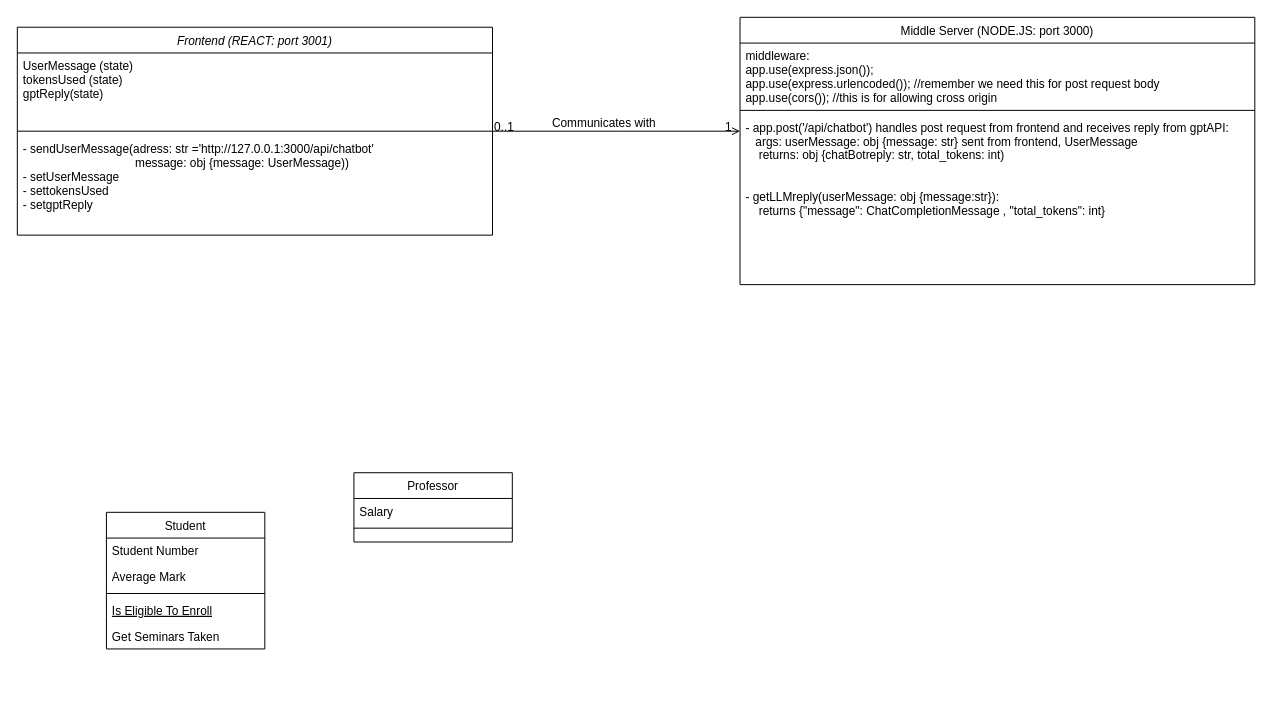
syd9191/shatGPT keeps this draw.io diagram as shatgpt.drawio. Above is the earlier version. Source tidied: cells renumbered, new cells numbered last; positions are measured from the earlier drawing's top-left corner, leaving out a move shared by most shapes. Both pictures are drawn from the tidied source at 99%, with x=0, y=0 at pixel (17, 17).
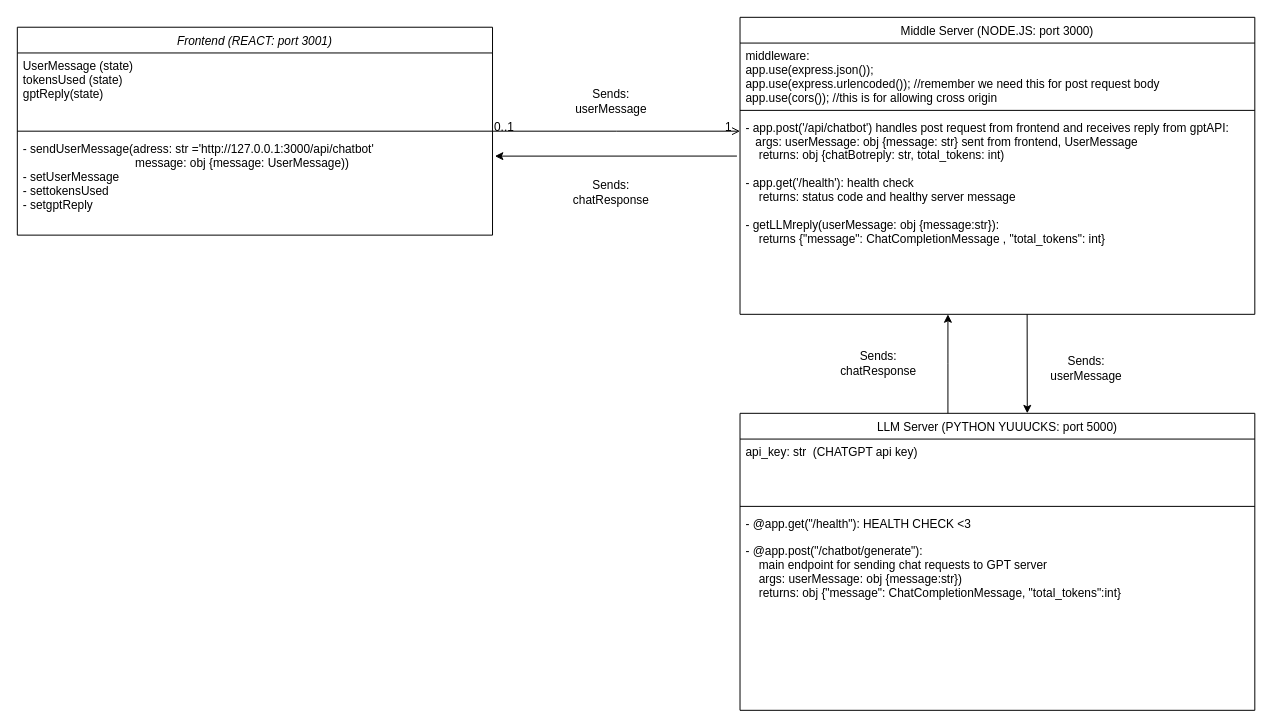
The same page after the edit.

Commit message (it also covers changes not shown here):
initial POC uml completed

The change refers to these unchanged cells:
```xml
<mxCell id="5" value="- sendUserMessage(adress: str ='http://127.0.0.1:3000/api/chatbot'    &#10;                                  message: obj {message: UserMessage))&#10;- setUserMessage&#10;- settokensUsed&#10;- setgptReply" style="text;align=left;verticalAlign=top;spacingLeft=4;spacingRight=4;overflow=hidden;points=[[0,0.5],[1,0.5]];portConstraint=eastwest;" parent="2" vertex="1">
  <mxGeometry y="110" width="480" height="100" as="geometry" />
</mxCell>
<mxCell id="19" style="endArrow=open;shadow=0;strokeWidth=1;rounded=0;curved=0;endFill=1;edgeStyle=elbowEdgeStyle;elbow=vertical;" parent="1" edge="1" source="2" target="15">
  <mxGeometry x="0.5" y="41" relative="1" as="geometry">
    <mxPoint x="-40" y="32" as="offset" />
  </mxGeometry>
</mxCell>
```

The edit, as a diff of the source:
```diff
@@
-    <mxCell id="6" value="Student" style="swimlane;fontStyle=0;align=center;verticalAlign=top;horizontal=1;startSize=26;rounded=0;shadow=0;strokeWidth=1;" parent="1" vertex="1">
-      <mxGeometry x="90" y="500" width="160" height="138" as="geometry" />
-    </mxCell>
-    <mxCell id="7" value="Student Number" style="text;align=left;verticalAlign=top;spacingLeft=4;spacingRight=4;overflow=hidden;" parent="6" vertex="1">
-      <mxGeometry y="26" width="160" height="26" as="geometry" />
-    </mxCell>
-    <mxCell id="8" value="Average Mark" style="text;align=left;verticalAlign=top;spacingLeft=4;spacingRight=4;overflow=hidden;rounded=0;shadow=0;html=0;" parent="6" vertex="1">
-      <mxGeometry y="52" width="160" height="26" as="geometry" />
-    </mxCell>
-    <mxCell id="9" style="line;html=1;strokeWidth=1;align=left;verticalAlign=middle;spacingTop=-1;spacingLeft=3;spacingRight=3;labelPosition=right;" parent="6" vertex="1">
-      <mxGeometry y="78" width="160" height="8" as="geometry" />
-    </mxCell>
-    <mxCell id="10" value="Is Eligible To Enroll" style="text;align=left;verticalAlign=top;spacingLeft=4;spacingRight=4;overflow=hidden;fontStyle=4;" parent="6" vertex="1">
-      <mxGeometry y="86" width="160" height="26" as="geometry" />
-    </mxCell>
-    <mxCell id="11" value="Get Seminars Taken" style="text;align=left;verticalAlign=top;spacingLeft=4;spacingRight=4;overflow=hidden;" parent="6" vertex="1">
-      <mxGeometry y="112" width="160" height="26" as="geometry" />
-    </mxCell>
-    <mxCell id="12" value="Professor" style="swimlane;fontStyle=0;align=center;verticalAlign=top;horizontal=1;startSize=26;rounded=0;shadow=0;strokeWidth=1;" parent="1" vertex="1">
-      <mxGeometry x="340" y="460" width="160" height="70" as="geometry" />
-    </mxCell>
-    <mxCell id="13" value="Salary" style="text;align=left;verticalAlign=top;spacingLeft=4;spacingRight=4;overflow=hidden;" parent="12" vertex="1">
-      <mxGeometry y="26" width="160" height="26" as="geometry" />
-    </mxCell>
-    <mxCell id="14" style="line;html=1;strokeWidth=1;align=left;verticalAlign=middle;spacingTop=-1;spacingLeft=3;spacingRight=3;labelPosition=right;" parent="12" vertex="1">
-      <mxGeometry y="52" width="160" height="8" as="geometry" />
-    </mxCell>
     <mxCell id="15" value="Middle Server (NODE.JS: port 3000)" style="swimlane;fontStyle=0;align=center;verticalAlign=top;horizontal=1;startSize=26;rounded=0;shadow=0;strokeWidth=1;" parent="1" vertex="1">
-      <mxGeometry x="730" width="520" height="270" as="geometry" />
+      <mxGeometry x="730" width="520" height="300" as="geometry" />
     </mxCell>
@@
-    <mxCell id="18" value="- app.post('/api/chatbot') handles post request from frontend and receives reply from gptAPI:&#10;   args: userMessage: obj {message: str} sent from frontend, UserMessage&#10;    returns: obj {chatBotreply: str, total_tokens: int) &#10;&#10;&#10;- getLLMreply(userMessage: obj {message:str}):&#10;    returns {&quot;message&quot;:  ChatCompletionMessage , &quot;total_tokens&quot;: int}&#10;&#10;  &#10;" style="text;align=left;verticalAlign=top;spacingLeft=4;spacingRight=4;overflow=hidden;points=[[0,0.5],[1,0.5]];portConstraint=eastwest;" parent="15" vertex="1">
-      <mxGeometry y="98" width="520" height="142" as="geometry" />
+    <mxCell id="18" value="- app.post('/api/chatbot') handles post request from frontend and receives reply from gptAPI:&#10;   args: userMessage: obj {message: str} sent from frontend, UserMessage&#10;    returns: obj {chatBotreply: str, total_tokens: int)&#10;&#10;- app.get('/health'): health check&#10;    returns: status code and healthy server message&#10;&#10;- getLLMreply(userMessage: obj {message:str}):&#10;    returns {&quot;message&quot;:  ChatCompletionMessage , &quot;total_tokens&quot;: int}&#10;&#10;&#10;  &#10;" style="text;align=left;verticalAlign=top;spacingLeft=4;spacingRight=4;overflow=hidden;points=[[0,0.5],[1,0.5]];portConstraint=eastwest;" parent="15" vertex="1">
+      <mxGeometry y="98" width="520" height="172" as="geometry" />
     </mxCell>
@@
-    <mxCell id="22" value="Communicates with&amp;nbsp;" style="text;html=1;align=center;verticalAlign=middle;labelBackgroundColor=none;rounded=0;shadow=0;strokeWidth=1;fontSize=12;" parent="19" vertex="1">
-      <mxGeometry x="0.5" y="49" relative="1" as="geometry">
-        <mxPoint x="-75" y="40" as="offset" />
-      </mxGeometry>
-    </mxCell>
+    <mxCell id="23" value="LLM Server (PYTHON YUUUCKS: port 5000)" style="swimlane;fontStyle=0;align=center;verticalAlign=top;horizontal=1;startSize=26;rounded=0;shadow=0;strokeWidth=1;" parent="1" vertex="1">
+      <mxGeometry x="730" y="400" width="520" height="300" as="geometry" />
+    </mxCell>
+    <mxCell id="24" value="api_key: str  (CHATGPT api key)" style="text;align=left;verticalAlign=top;spacingLeft=4;spacingRight=4;overflow=hidden;" parent="23" vertex="1">
+      <mxGeometry y="26" width="520" height="64" as="geometry" />
+    </mxCell>
+    <mxCell id="25" style="line;html=1;strokeWidth=1;align=left;verticalAlign=middle;spacingTop=-1;spacingLeft=3;spacingRight=3;labelPosition=right;" parent="23" vertex="1">
+      <mxGeometry y="90" width="520" height="8" as="geometry" />
+    </mxCell>
+    <mxCell id="26" value="- @app.get(&quot;/health&quot;): HEALTH CHECK &lt;3&#10;&#10;- @app.post(&quot;/chatbot/generate&quot;):&#10;    main endpoint for sending chat requests to GPT server&#10;    args: userMessage: obj {message:str})&#10;    returns: obj {&quot;message&quot;: ChatCompletionMessage, &quot;total_tokens&quot;:int}    &#10;&#10;&#10;&#10;&#10;&#10;  &#10;" style="text;align=left;verticalAlign=top;spacingLeft=4;spacingRight=4;overflow=hidden;" parent="23" vertex="1">
+      <mxGeometry y="98" width="520" height="172" as="geometry" />
+    </mxCell>
+    <mxCell id="27" style="endArrow=classic;html=1;rounded=0;entryX=0.5;entryY=1;entryDx=0;entryDy=0;exitX=0.5;exitY=0;exitDx=0;exitDy=0;" parent="1" edge="1">
+      <mxGeometry relative="1" as="geometry">
+        <mxPoint x="940" y="400" as="sourcePoint" />
+        <mxPoint x="940" y="300" as="targetPoint" />
+        <Array as="points">
+          <mxPoint x="940" y="350" />
+        </Array>
+      </mxGeometry>
+    </mxCell>
+    <mxCell id="28" value="Sends: userMessage" style="text;html=1;align=center;verticalAlign=middle;whiteSpace=wrap;rounded=0;" parent="1" vertex="1">
+      <mxGeometry x="1050" y="340" width="60" height="30" as="geometry" />
+    </mxCell>
+    <mxCell id="29" value="Sends: userMessage" style="text;html=1;align=center;verticalAlign=middle;whiteSpace=wrap;rounded=0;" parent="1" vertex="1">
+      <mxGeometry x="570" y="70" width="60" height="30" as="geometry" />
+    </mxCell>
+    <mxCell id="30" style="endArrow=classic;html=1;rounded=0;entryX=0.558;entryY=0;entryDx=0;entryDy=0;entryPerimeter=0;" parent="1" edge="1" target="23">
+      <mxGeometry relative="1" as="geometry">
+        <mxPoint x="1020" y="300" as="sourcePoint" />
+      </mxGeometry>
+    </mxCell>
+    <mxCell id="31" value="Sends: chatResponse" style="text;html=1;align=center;verticalAlign=middle;whiteSpace=wrap;rounded=0;" parent="1" vertex="1">
+      <mxGeometry x="840" y="335" width="60" height="30" as="geometry" />
+    </mxCell>
+    <mxCell id="32" style="endArrow=classic;html=1;rounded=0;entryX=1.005;entryY=0.202;entryDx=0;entryDy=0;entryPerimeter=0;exitX=-0.006;exitY=0.245;exitDx=0;exitDy=0;exitPerimeter=0;" parent="1" edge="1" source="18" target="5">
+      <mxGeometry relative="1" as="geometry" />
+    </mxCell>
+    <mxCell id="33" value="Sends: chatResponse" style="text;html=1;align=center;verticalAlign=middle;whiteSpace=wrap;rounded=0;" parent="1" vertex="1">
+      <mxGeometry x="570" y="162" width="60" height="30" as="geometry" />
+    </mxCell>
```
